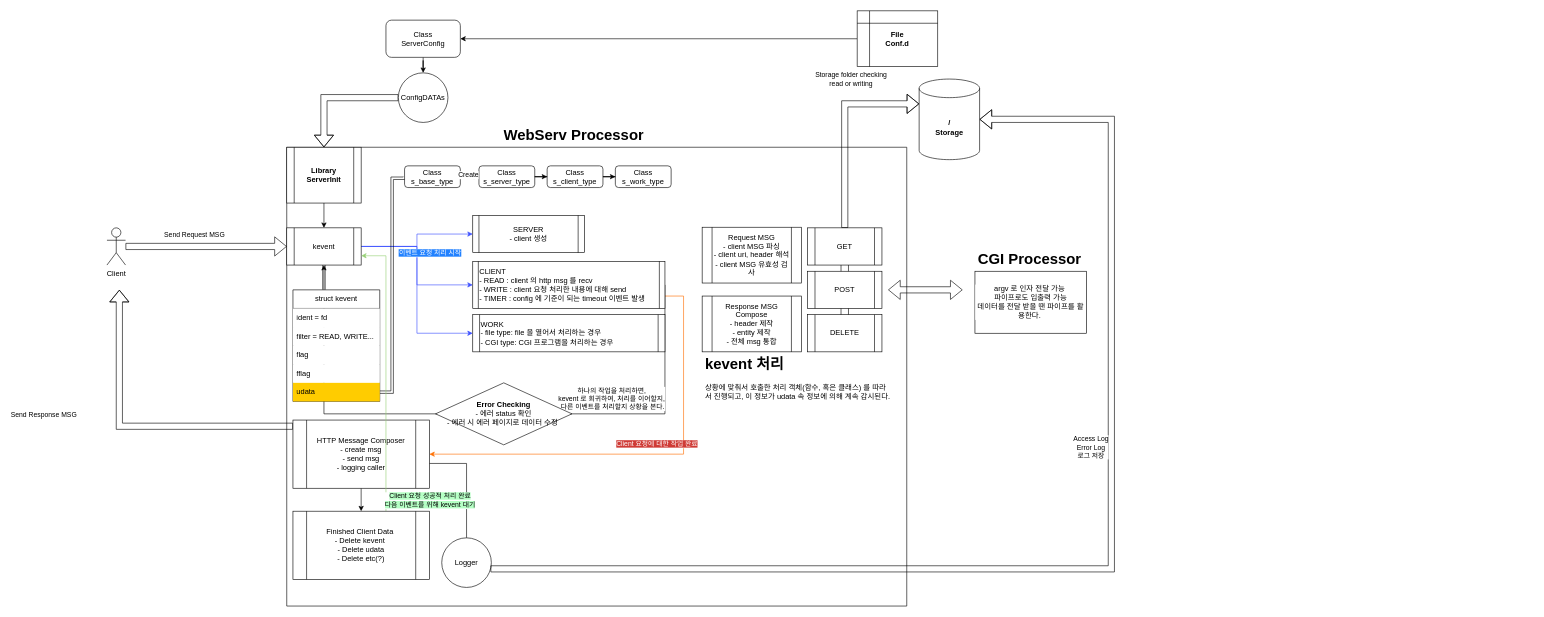
Earlier version of the draw.io diagram page "total_structure" (2 of 2) of webserv2.0.drawio (webservVer2-0/webServ). Source tidied: cells renumbered, new cells numbered last; positions are measured from the earlier drawing's top-left corner, leaving out a move shared by most shapes. Both pictures are drawn from the tidied source at 62%, with x=0, y=0 at pixel (107, 11).
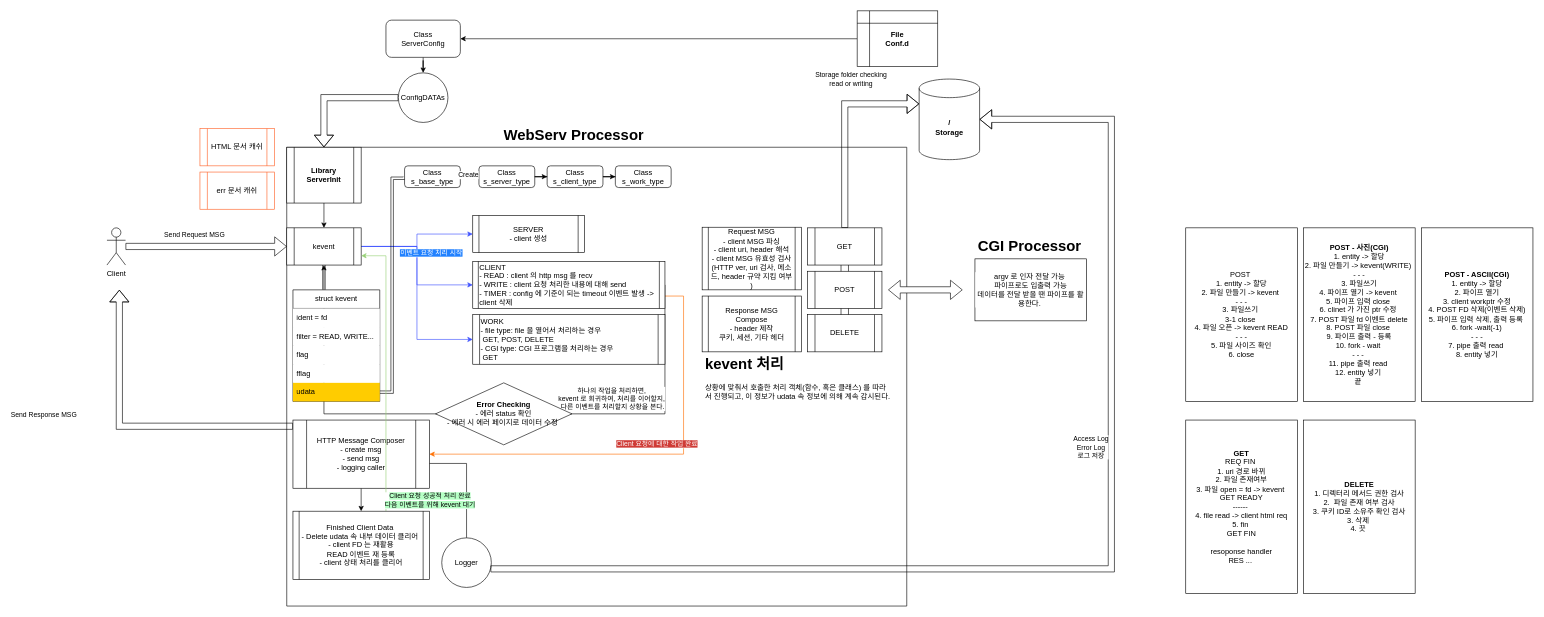
The same page after the edit.

Unchanged cells that the change refers to:
```xml
<mxCell id="9" style="swimlane;startSize=0;" parent="1" vertex="1">
  <mxGeometry x="290" y="220" width="1000" height="740" as="geometry" />
</mxCell>
```

Change to the diagram source:
```diff
@@
-    <mxCell id="31" value="CLIENT&lt;br&gt;&lt;div style=&quot;&quot;&gt;&lt;span style=&quot;background-color: initial;&quot;&gt;- READ : client 의 http msg 를 recv&lt;/span&gt;&lt;/div&gt;- WRITE : client 요청 처리한 내용에 대해 send&lt;br&gt;- TIMER : config 에 기준이 되는 timeout 이벤트 발생&amp;nbsp;" style="shape=process;whiteSpace=wrap;html=1;backgroundOutline=1;align=left;size=0.029411764705882353;" parent="9" vertex="1">
+    <mxCell id="31" value="CLIENT&lt;br&gt;&lt;div style=&quot;&quot;&gt;&lt;span style=&quot;background-color: initial;&quot;&gt;- READ : client 의 http msg 를 recv&lt;/span&gt;&lt;/div&gt;- WRITE : client 요청 처리한 내용에 대해 send&lt;br&gt;- TIMER : config 에 기준이 되는 timeout 이벤트 발생 -&amp;gt; client 삭제" style="shape=process;whiteSpace=wrap;html=1;backgroundOutline=1;align=left;size=0.029411764705882353;" parent="9" vertex="1">
       <mxGeometry x="300" y="184" width="310" height="76" as="geometry" />
     </mxCell>
-    <mxCell id="32" value="WORK&lt;br&gt;- file type: file 을 열어서 처리하는 경우&lt;br&gt;- CGI type: CGI 프로그램을 처리하는 경우" style="shape=process;whiteSpace=wrap;html=1;backgroundOutline=1;size=0.03571428571428571;align=left;" parent="9" vertex="1">
-      <mxGeometry x="300" y="270" width="310" height="60" as="geometry" />
+    <mxCell id="32" value="WORK&lt;br&gt;- file type: file 을 열어서 처리하는 경우&lt;br&gt;&lt;span style=&quot;white-space: pre;&quot;&gt; &lt;/span&gt;GET, POST, DELETE&amp;nbsp;&lt;br&gt;- CGI type: CGI 프로그램을 처리하는 경우&lt;br&gt;&lt;span style=&quot;white-space: pre;&quot;&gt; &lt;/span&gt;GET" style="shape=process;whiteSpace=wrap;html=1;backgroundOutline=1;size=0.03571428571428571;align=left;" parent="9" vertex="1">
+      <mxGeometry x="300" y="270" width="310" height="80" as="geometry" />
     </mxCell>
@@
-    <mxCell id="48" value="Response MSG Compose&lt;br&gt;- header 제작&lt;br&gt;- entity 제작&lt;br&gt;- 전체 msg 통합" style="shape=process;whiteSpace=wrap;html=1;backgroundOutline=1;fillColor=#FFFFFF;" parent="9" vertex="1">
+    <mxCell id="48" value="Response MSG Compose&lt;br&gt;- header 제작&lt;br&gt;쿠키, 세션, 기타 헤더" style="shape=process;whiteSpace=wrap;html=1;backgroundOutline=1;fillColor=#FFFFFF;size=0.0625;" parent="9" vertex="1">
       <mxGeometry x="670" y="240" width="160" height="90" as="geometry" />
     </mxCell>
-    <mxCell id="49" value="Request MSG&lt;br&gt;- client MSG 파싱&lt;br&gt;- client uri, header 해석&lt;br&gt;- client MSG 유효성 검사" style="shape=process;whiteSpace=wrap;html=1;backgroundOutline=1;fillColor=#FFFFFF;" parent="9" vertex="1">
-      <mxGeometry x="670" y="129" width="160" height="90" as="geometry" />
+    <mxCell id="49" value="Request MSG&lt;br&gt;- client MSG 파싱&lt;br&gt;- client uri, header 해석&lt;br&gt;- client MSG 유효성 검사&lt;br&gt;(HTTP ver, uri 검사, 메소드, header 규약 지킴 여부 )" style="shape=process;whiteSpace=wrap;html=1;backgroundOutline=1;fillColor=#FFFFFF;size=0.0625;" parent="9" vertex="1">
+      <mxGeometry x="670" y="129" width="160" height="101" as="geometry" />
     </mxCell>
@@
-    <mxCell id="59" value="Finished Client Data&amp;nbsp;&lt;br&gt;- Delete kevent&amp;nbsp;&lt;br&gt;- Delete udata&lt;br&gt;- Delete etc(?)" style="shape=process;whiteSpace=wrap;html=1;backgroundOutline=1;fillColor=#FFFFFF;" parent="9" vertex="1">
+    <mxCell id="59" value="Finished Client Data&amp;nbsp;&lt;br&gt;- Delete udata 속 내부 데이터 클리어&amp;nbsp;&lt;br&gt;- client FD 는 재활용&lt;br&gt;READ 이벤트 재 등록&lt;br&gt;- client 상태 처리를 클리어" style="shape=process;whiteSpace=wrap;html=1;backgroundOutline=1;fillColor=#FFFFFF;size=0.045454545454545456;" parent="9" vertex="1">
       <mxGeometry x="10" y="587" width="220" height="110" as="geometry" />
     </mxCell>
@@
     <mxCell id="68" style="group;" parent="1" vertex="1">
-      <mxGeometry x="1400" y="380" width="310" height="156" as="geometry" />
+      <mxGeometry x="1400" y="360" width="310" height="156" as="geometry" />
     </mxCell>
@@
-    <mxCell id="72" style="shape=flexArrow;endArrow=classic;startArrow=classic;html=1;rounded=0;strokeColor=#000000;fontColor=#000000;elbow=vertical;" parent="1" edge="1">
+    <mxCell id="72" style="shape=flexArrow;endArrow=classic;startArrow=classic;html=1;rounded=0;strokeColor=#000000;fontColor=#000000;elbow=vertical;fillColor=#FFFFFF;" parent="1" edge="1">
       <mxGeometry relative="1" as="geometry">
         <mxPoint x="1260" y="450" as="sourcePoint" />
         <mxPoint x="1380" y="450" as="targetPoint" />
       </mxGeometry>
     </mxCell>
+    <mxCell id="73" value="&lt;b&gt;GET&lt;/b&gt;&lt;br&gt;REQ FIN&amp;nbsp;&lt;br&gt;1. uri 경로 바뀌&lt;br&gt;2. 파일 존재여부&lt;br&gt;3. 파일 open = fd -&amp;gt; kevent&amp;nbsp;&lt;br&gt;GET READY&lt;br&gt;------&amp;nbsp;&lt;br&gt;4. file read -&amp;gt; client html req&lt;br&gt;5. fin&amp;nbsp;&lt;br&gt;GET FIN&lt;br&gt;&lt;br&gt;resoponse handler&lt;br&gt;RES ...&amp;nbsp;" style="rounded=0;whiteSpace=wrap;html=1;labelBackgroundColor=#FFFFFF;strokeColor=#000000;fontColor=#000000;fillColor=#FFFFFF;" parent="1" vertex="1">
+      <mxGeometry x="1740" y="660" width="180" height="280" as="geometry" />
+    </mxCell>
+    <mxCell id="74" style="edgeStyle=elbowEdgeStyle;rounded=0;orthogonalLoop=1;jettySize=auto;elbow=vertical;html=1;exitX=1;exitY=0.75;exitDx=0;exitDy=0;strokeColor=#000000;fontColor=#000000;" parent="1" edge="1" source="73" target="73">
+      <mxGeometry relative="1" as="geometry" />
+    </mxCell>
+    <mxCell id="75" value="POST&amp;nbsp;&lt;br&gt;1. entity -&amp;gt; 할당&lt;br&gt;2. 파일 만들기 -&amp;gt; kevent&amp;nbsp;&lt;br&gt;- - -&lt;br&gt;3. 파일쓰기&amp;nbsp;&lt;br&gt;3-1 close&amp;nbsp;&lt;br&gt;4. 파일 오픈 -&amp;gt; kevent READ&lt;br&gt;- - -&lt;br&gt;5. 파일 사이즈 확인&lt;br&gt;6. close" style="rounded=0;whiteSpace=wrap;html=1;labelBackgroundColor=#FFFFFF;strokeColor=#000000;fontColor=#000000;fillColor=#FFFFFF;" parent="1" vertex="1">
+      <mxGeometry x="1740" y="350" width="180" height="280" as="geometry" />
+    </mxCell>
+    <mxCell id="76" value="&lt;b&gt;POST - 사진(CGI)&lt;/b&gt;&lt;br&gt;1. entity -&amp;gt; 할당&lt;br&gt;2. 파일 만들기 -&amp;gt; kevent(WRITE)&amp;nbsp;&lt;br&gt;- - -&lt;br&gt;3. 파일쓰기&lt;br&gt;4. 파이프 열기 -&amp;gt; kevent&amp;nbsp;&lt;br&gt;5. 파이프 입력 close&amp;nbsp;&lt;br&gt;6. clinet 가 가진 ptr 수정&amp;nbsp;&lt;br&gt;7. POST 파일 fd 이벤트 delete&lt;br&gt;8. POST 파일 close&amp;nbsp;&lt;br&gt;9. 파이프 출력 - 등록&lt;br&gt;10. fork - wait&amp;nbsp;&lt;br&gt;- - -&amp;nbsp;&lt;br&gt;11. pipe 출력 read&amp;nbsp;&lt;br&gt;12. entity 넣기&amp;nbsp;&lt;br&gt;끝&amp;nbsp;" style="rounded=0;whiteSpace=wrap;html=1;labelBackgroundColor=#FFFFFF;strokeColor=#000000;fontColor=#000000;fillColor=#FFFFFF;" parent="1" vertex="1">
+      <mxGeometry x="1930" y="350" width="180" height="280" as="geometry" />
+    </mxCell>
+    <mxCell id="77" value="&lt;b&gt;POST - ASCII(CGI)&lt;br&gt;&lt;/b&gt;1. entity -&amp;gt; 할당&lt;br&gt;2. 파이프 열기&lt;br&gt;3. client workptr 수정&lt;br&gt;4. POST FD 삭제(이벤트 삭제)&lt;br&gt;5. 파이프 입력 삭제, 출력 등록&amp;nbsp;&lt;br&gt;6. fork -wait(-1)&lt;br&gt;- - -&lt;br&gt;7. pipe 출력 read&amp;nbsp;&lt;br&gt;8. entity 넣기" style="rounded=0;whiteSpace=wrap;html=1;labelBackgroundColor=#FFFFFF;strokeColor=#000000;fontColor=#000000;fillColor=#FFFFFF;" parent="1" vertex="1">
+      <mxGeometry x="2120" y="350" width="180" height="280" as="geometry" />
+    </mxCell>
+    <mxCell id="78" value="&lt;b&gt;DELETE&lt;/b&gt;&lt;br&gt;1. 디렉터리 메서드 권한 검사&lt;br&gt;2.&amp;nbsp; 파일 존재 여부 검사&lt;br&gt;3. 쿠키 ID로 소유주 확인 검사&lt;br&gt;3. 삭제&amp;nbsp;&lt;br&gt;4. 끗&amp;nbsp;" style="rounded=0;whiteSpace=wrap;html=1;labelBackgroundColor=#FFFFFF;strokeColor=#000000;fontColor=#000000;fillColor=#FFFFFF;" parent="1" vertex="1">
+      <mxGeometry x="1930" y="660" width="180" height="280" as="geometry" />
+    </mxCell>
+    <mxCell id="79" value="HTML 문서 캐쉬" style="shape=process;whiteSpace=wrap;html=1;backgroundOutline=1;strokeColor=#FF6026;" parent="1" vertex="1">
+      <mxGeometry x="150" y="190" width="120" height="60" as="geometry" />
+    </mxCell>
+    <mxCell id="80" value="err 문서 캐쉬" style="shape=process;whiteSpace=wrap;html=1;backgroundOutline=1;strokeColor=#FF6026;" parent="1" vertex="1">
+      <mxGeometry x="150" y="260" width="120" height="60" as="geometry" />
+    </mxCell>
```
